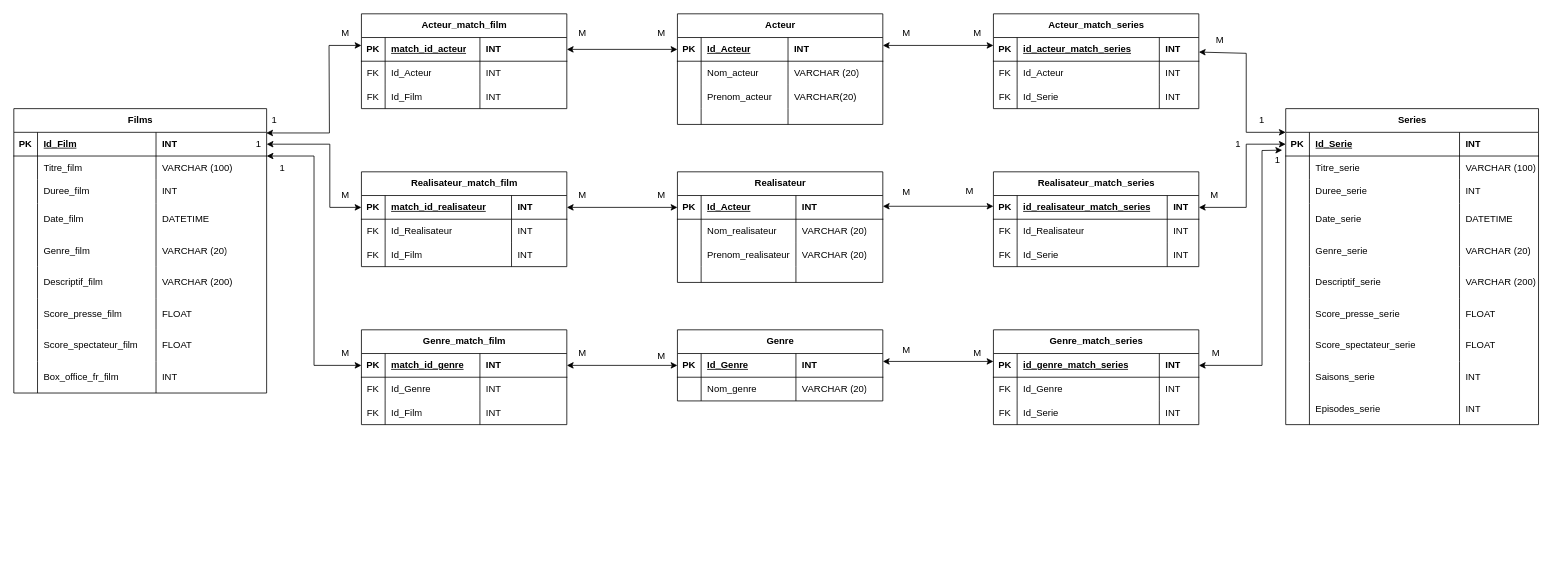
Above: Database_Schema_for_future_fix/Schema_Database_allocine_series_movies.drawio in bn-pam/scrapy_imdb (draw.io), before the change. Source tidied: cells renumbered, new cells numbered last; positions are measured from the earlier drawing's top-left corner, leaving out a move shared by most shapes. Both pictures are drawn from the tidied source at 79%, with x=0, y=0 at pixel (13, 13).
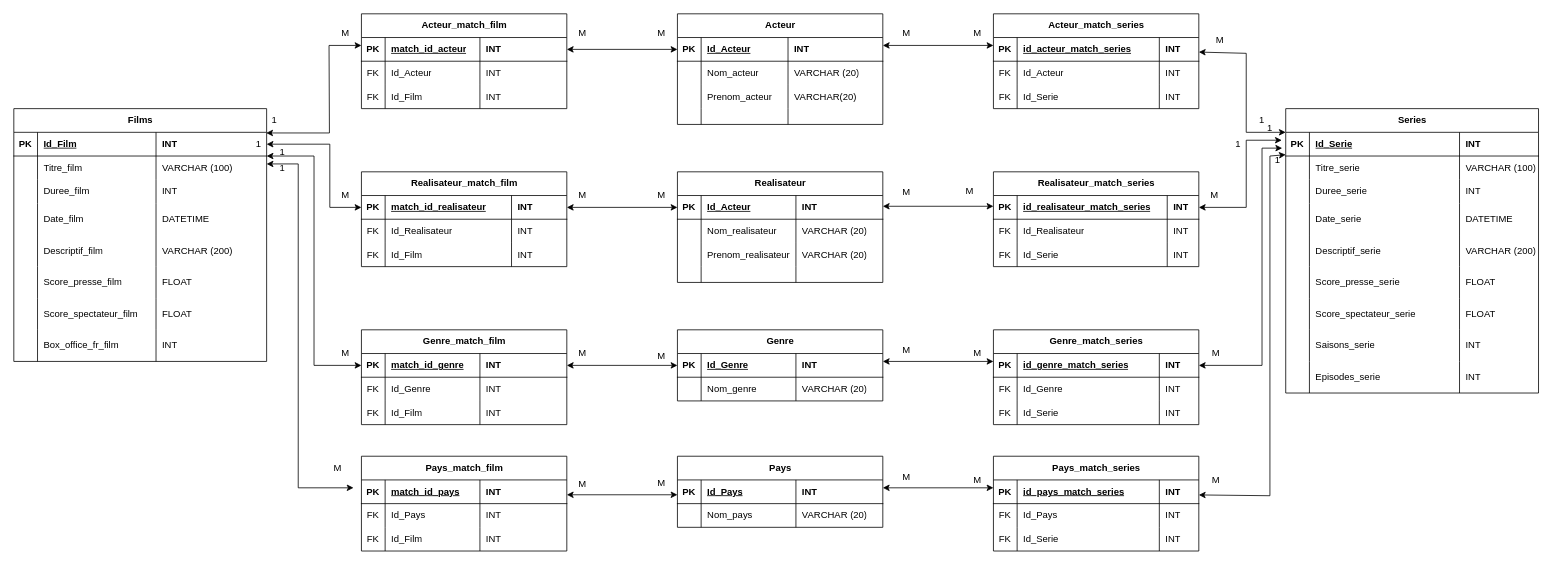
The same page after the edit.

The change refers to these unchanged cells:
```xml
<mxCell id="183" style="shape=tableRow;horizontal=0;startSize=0;swimlaneHead=0;swimlaneBody=0;fillColor=none;points=[[0,0.5],[1,0.5]];portConstraint=eastwest;top=0;left=0;right=0;bottom=1;" parent="182" vertex="1">
  <mxGeometry y="30" width="320" height="30" as="geometry" />
</mxCell>
<mxCell id="187" style="shape=tableRow;horizontal=0;startSize=0;swimlaneHead=0;swimlaneBody=0;fillColor=none;points=[[0,0.5],[1,0.5]];portConstraint=eastwest;top=0;left=0;right=0;bottom=0;" parent="182" vertex="1">
  <mxGeometry y="60" width="320" height="30" as="geometry" />
</mxCell>
<mxCell id="227" value="1" style="text;html=1;align=center;verticalAlign=middle;whiteSpace=wrap;rounded=0;" parent="1" vertex="1">
  <mxGeometry x="1570" y="170" width="60" height="30" as="geometry" />
</mxCell>
```

Change to the diagram source:
```diff
@@
     <mxCell id="2" value="Films" style="shape=table;startSize=30;childLayout=tableLayout;rowLines=0;fontStyle=1;align=center;html=1;" parent="1" vertex="1">
-      <mxGeometry y="120" width="320" height="360" as="geometry" />
+      <mxGeometry y="120" width="320" height="320" as="geometry" />
     </mxCell>
@@
-    <mxCell id="19" style="shape=tableRow;horizontal=0;startSize=0;swimlaneHead=0;swimlaneBody=0;fillColor=none;top=0;left=0;right=0;bottom=0;" parent="2" vertex="1">
-      <mxGeometry y="160" width="320" height="40" as="geometry" />
-    </mxCell>
-    <mxCell id="20" style="shape=partialRectangle;fillColor=none;top=0;left=0;bottom=0;right=0;overflow=hidden;whiteSpace=wrap;html=1;" parent="19" vertex="1">
-      <mxGeometry width="30" height="40" as="geometry" />
-    </mxCell>
-    <mxCell id="21" value="Genre_film" style="shape=partialRectangle;fillColor=none;top=0;left=0;bottom=0;right=0;align=left;spacingLeft=6;overflow=hidden;whiteSpace=wrap;html=1;" parent="19" vertex="1">
-      <mxGeometry x="30" width="150" height="40" as="geometry" />
-    </mxCell>
-    <mxCell id="22" value="VARCHAR (20)" style="shape=partialRectangle;fillColor=none;top=0;left=0;bottom=0;right=0;align=left;spacingLeft=6;overflow=hidden;whiteSpace=wrap;html=1;" parent="19" vertex="1">
-      <mxGeometry x="180" width="140" height="40" as="geometry" />
-    </mxCell>
     <mxCell id="23" style="shape=tableRow;horizontal=0;startSize=0;swimlaneHead=0;swimlaneBody=0;fillColor=none;top=0;left=0;right=0;bottom=0;" parent="2" vertex="1">
-      <mxGeometry y="200" width="320" height="40" as="geometry" />
+      <mxGeometry y="160" width="320" height="40" as="geometry" />
     </mxCell>
@@
     <mxCell id="27" style="shape=tableRow;horizontal=0;startSize=0;swimlaneHead=0;swimlaneBody=0;fillColor=none;top=0;left=0;right=0;bottom=0;" parent="2" vertex="1">
-      <mxGeometry y="240" width="320" height="40" as="geometry" />
+      <mxGeometry y="200" width="320" height="40" as="geometry" />
     </mxCell>
@@
     <mxCell id="31" style="shape=tableRow;horizontal=0;startSize=0;swimlaneHead=0;swimlaneBody=0;fillColor=none;top=0;left=0;right=0;bottom=0;" parent="2" vertex="1">
-      <mxGeometry y="280" width="320" height="40" as="geometry" />
+      <mxGeometry y="240" width="320" height="40" as="geometry" />
     </mxCell>
@@
     <mxCell id="35" style="shape=tableRow;horizontal=0;startSize=0;swimlaneHead=0;swimlaneBody=0;fillColor=none;top=0;left=0;right=0;bottom=0;" parent="2" vertex="1">
-      <mxGeometry y="320" width="320" height="40" as="geometry" />
+      <mxGeometry y="280" width="320" height="40" as="geometry" />
     </mxCell>
@@
     <mxCell id="182" value="Series" style="shape=table;startSize=30;childLayout=tableLayout;rowLines=0;fontStyle=1;align=center;html=1;" parent="1" vertex="1">
-      <mxGeometry x="1610" y="120" width="320" height="400" as="geometry" />
+      <mxGeometry x="1610" y="120" width="320" height="360" as="geometry" />
     </mxCell>
@@
-    <mxCell id="199" style="shape=tableRow;horizontal=0;startSize=0;swimlaneHead=0;swimlaneBody=0;fillColor=none;top=0;left=0;right=0;bottom=0;" parent="182" vertex="1">
-      <mxGeometry y="160" width="320" height="40" as="geometry" />
-    </mxCell>
-    <mxCell id="200" style="shape=partialRectangle;fillColor=none;top=0;left=0;bottom=0;right=0;overflow=hidden;whiteSpace=wrap;html=1;" parent="199" vertex="1">
-      <mxGeometry width="30" height="40" as="geometry" />
-    </mxCell>
-    <mxCell id="201" value="Genre_serie" style="shape=partialRectangle;fillColor=none;top=0;left=0;bottom=0;right=0;align=left;spacingLeft=6;overflow=hidden;whiteSpace=wrap;html=1;" parent="199" vertex="1">
-      <mxGeometry x="30" width="190" height="40" as="geometry" />
-    </mxCell>
-    <mxCell id="202" value="VARCHAR (20)" style="shape=partialRectangle;fillColor=none;top=0;left=0;bottom=0;right=0;align=left;spacingLeft=6;overflow=hidden;whiteSpace=wrap;html=1;" parent="199" vertex="1">
-      <mxGeometry x="220" width="100" height="40" as="geometry" />
-    </mxCell>
     <mxCell id="203" style="shape=tableRow;horizontal=0;startSize=0;swimlaneHead=0;swimlaneBody=0;fillColor=none;top=0;left=0;right=0;bottom=0;" parent="182" vertex="1">
-      <mxGeometry y="200" width="320" height="40" as="geometry" />
+      <mxGeometry y="160" width="320" height="40" as="geometry" />
     </mxCell>
@@
     <mxCell id="207" style="shape=tableRow;horizontal=0;startSize=0;swimlaneHead=0;swimlaneBody=0;fillColor=none;top=0;left=0;right=0;bottom=0;" parent="182" vertex="1">
-      <mxGeometry y="240" width="320" height="40" as="geometry" />
+      <mxGeometry y="200" width="320" height="40" as="geometry" />
     </mxCell>
@@
     <mxCell id="211" style="shape=tableRow;horizontal=0;startSize=0;swimlaneHead=0;swimlaneBody=0;fillColor=none;top=0;left=0;right=0;bottom=0;" parent="182" vertex="1">
-      <mxGeometry y="280" width="320" height="40" as="geometry" />
+      <mxGeometry y="240" width="320" height="40" as="geometry" />
     </mxCell>
@@
     <mxCell id="215" style="shape=tableRow;horizontal=0;startSize=0;swimlaneHead=0;swimlaneBody=0;fillColor=none;top=0;left=0;right=0;bottom=0;" parent="182" vertex="1">
-      <mxGeometry y="320" width="320" height="40" as="geometry" />
+      <mxGeometry y="280" width="320" height="40" as="geometry" />
     </mxCell>
@@
     <mxCell id="219" style="shape=tableRow;horizontal=0;startSize=0;swimlaneHead=0;swimlaneBody=0;fillColor=none;top=0;left=0;right=0;bottom=0;" parent="182" vertex="1">
-      <mxGeometry y="360" width="320" height="40" as="geometry" />
+      <mxGeometry y="320" width="320" height="40" as="geometry" />
     </mxCell>
@@
-    <mxCell id="223" style="endArrow=classic;startArrow=classic;html=1;rounded=0;exitX=1;exitY=0.5;exitDx=0;exitDy=0;entryX=0;entryY=0.5;entryDx=0;entryDy=0;" parent="1" edge="1" target="183">
+    <mxCell id="223" style="endArrow=classic;startArrow=classic;html=1;rounded=0;exitX=1;exitY=0.5;exitDx=0;exitDy=0;entryX=0.75;entryY=1;entryDx=0;entryDy=0;" parent="1" edge="1" target="280">
       <mxGeometry relative="1" as="geometry">
         <mxPoint x="1500" y="245" as="sourcePoint" />
         <Array as="points">
           <mxPoint x="1560" y="245" />
-          <mxPoint x="1560" y="165" />
+          <mxPoint x="1560" y="160" />
         </Array>
       </mxGeometry>
     </mxCell>
-    <mxCell id="224" style="endArrow=classic;startArrow=classic;html=1;rounded=0;exitX=1;exitY=0.5;exitDx=0;exitDy=0;entryX=-0.014;entryY=-0.248;entryDx=0;entryDy=0;entryPerimeter=0;" parent="1" edge="1" target="187">
+    <mxCell id="224" style="endArrow=classic;startArrow=classic;html=1;rounded=0;exitX=1;exitY=0.5;exitDx=0;exitDy=0;entryX=0.592;entryY=0;entryDx=0;entryDy=0;entryPerimeter=0;" parent="1" edge="1" target="227">
       <mxGeometry relative="1" as="geometry">
         <mxPoint x="1500" y="445" as="sourcePoint" />
         <Array as="points">
           <mxPoint x="1580" y="445" />
-          <mxPoint x="1580" y="173" />
+          <mxPoint x="1580" y="170" />
         </Array>
       </mxGeometry>
     </mxCell>
@@
+    <mxCell id="237" value="Pays_match_film" style="shape=table;startSize=30;childLayout=tableLayout;rowLines=0;fontStyle=1;align=center;html=1;" parent="1" vertex="1">
+      <mxGeometry x="440" y="560" width="260" height="120" as="geometry" />
+    </mxCell>
+    <mxCell id="238" style="shape=tableRow;horizontal=0;startSize=0;swimlaneHead=0;swimlaneBody=0;fillColor=none;top=0;left=0;right=0;bottom=1;" parent="237" vertex="1">
+      <mxGeometry y="30" width="260" height="30" as="geometry" />
+    </mxCell>
+    <mxCell id="239" value="PK" style="shape=partialRectangle;fillColor=none;top=0;left=0;bottom=0;right=0;fontStyle=1;overflow=hidden;whiteSpace=wrap;html=1;" parent="238" vertex="1">
+      <mxGeometry width="30" height="30" as="geometry" />
+    </mxCell>
+    <mxCell id="240" value="match_id_pays" style="shape=partialRectangle;fillColor=none;top=0;left=0;bottom=0;right=0;align=left;spacingLeft=6;fontStyle=5;overflow=hidden;whiteSpace=wrap;html=1;" parent="238" vertex="1">
+      <mxGeometry x="30" width="120" height="30" as="geometry" />
+    </mxCell>
+    <mxCell id="241" value="INT" style="shape=partialRectangle;fillColor=none;top=0;left=0;bottom=0;right=0;align=left;spacingLeft=6;fontStyle=1;overflow=hidden;whiteSpace=wrap;html=1;" parent="238" vertex="1">
+      <mxGeometry x="150" width="110" height="30" as="geometry" />
+    </mxCell>
+    <mxCell id="242" style="shape=tableRow;horizontal=0;startSize=0;swimlaneHead=0;swimlaneBody=0;fillColor=none;top=0;left=0;right=0;bottom=0;" parent="237" vertex="1">
+      <mxGeometry y="60" width="260" height="30" as="geometry" />
+    </mxCell>
+    <mxCell id="243" value="FK" style="shape=partialRectangle;fillColor=none;top=0;left=0;bottom=0;right=0;overflow=hidden;whiteSpace=wrap;html=1;" parent="242" vertex="1">
+      <mxGeometry width="30" height="30" as="geometry" />
+    </mxCell>
+    <mxCell id="244" value="Id_Pays" style="shape=partialRectangle;fillColor=none;top=0;left=0;bottom=0;right=0;align=left;spacingLeft=6;overflow=hidden;whiteSpace=wrap;html=1;" parent="242" vertex="1">
+      <mxGeometry x="30" width="120" height="30" as="geometry" />
+    </mxCell>
+    <mxCell id="245" value="INT" style="shape=partialRectangle;fillColor=none;top=0;left=0;bottom=0;right=0;align=left;spacingLeft=6;overflow=hidden;whiteSpace=wrap;html=1;" parent="242" vertex="1">
+      <mxGeometry x="150" width="110" height="30" as="geometry" />
+    </mxCell>
+    <mxCell id="246" style="shape=tableRow;horizontal=0;startSize=0;swimlaneHead=0;swimlaneBody=0;fillColor=none;top=0;left=0;right=0;bottom=0;" parent="237" vertex="1">
+      <mxGeometry y="90" width="260" height="30" as="geometry" />
+    </mxCell>
+    <mxCell id="247" value="FK" style="shape=partialRectangle;fillColor=none;top=0;left=0;bottom=0;right=0;overflow=hidden;whiteSpace=wrap;html=1;" parent="246" vertex="1">
+      <mxGeometry width="30" height="30" as="geometry" />
+    </mxCell>
+    <mxCell id="248" value="Id_Film" style="shape=partialRectangle;fillColor=none;top=0;left=0;bottom=0;right=0;align=left;spacingLeft=6;overflow=hidden;whiteSpace=wrap;html=1;" parent="246" vertex="1">
+      <mxGeometry x="30" width="120" height="30" as="geometry" />
+    </mxCell>
+    <mxCell id="249" value="INT" style="shape=partialRectangle;fillColor=none;top=0;left=0;bottom=0;right=0;align=left;spacingLeft=6;overflow=hidden;whiteSpace=wrap;html=1;" parent="246" vertex="1">
+      <mxGeometry x="150" width="110" height="30" as="geometry" />
+    </mxCell>
+    <mxCell id="250" style="endArrow=classic;startArrow=classic;html=1;rounded=0;exitX=1;exitY=0.5;exitDx=0;exitDy=0;entryX=0;entryY=0.5;entryDx=0;entryDy=0;" parent="1" edge="1">
+      <mxGeometry relative="1" as="geometry">
+        <mxPoint x="700" y="608.8" as="sourcePoint" />
+        <mxPoint x="840" y="608.8" as="targetPoint" />
+      </mxGeometry>
+    </mxCell>
+    <mxCell id="251" value="Pays" style="shape=table;startSize=30;childLayout=tableLayout;rowLines=0;fontStyle=1;align=center;html=1;" parent="1" vertex="1">
+      <mxGeometry x="840" y="560" width="260" height="90" as="geometry" />
+    </mxCell>
+    <mxCell id="252" style="shape=tableRow;horizontal=0;startSize=0;swimlaneHead=0;swimlaneBody=0;fillColor=none;top=0;left=0;right=0;bottom=1;" parent="251" vertex="1">
+      <mxGeometry y="30" width="260" height="30" as="geometry" />
+    </mxCell>
+    <mxCell id="253" value="PK" style="shape=partialRectangle;fillColor=none;top=0;left=0;bottom=0;right=0;fontStyle=1;overflow=hidden;whiteSpace=wrap;html=1;" parent="252" vertex="1">
+      <mxGeometry width="30" height="30" as="geometry" />
+    </mxCell>
+    <mxCell id="254" value="Id_Pays " style="shape=partialRectangle;fillColor=none;top=0;left=0;bottom=0;right=0;align=left;spacingLeft=6;fontStyle=5;overflow=hidden;whiteSpace=wrap;html=1;" parent="252" vertex="1">
+      <mxGeometry x="30" width="120" height="30" as="geometry" />
+    </mxCell>
+    <mxCell id="255" value="INT" style="shape=partialRectangle;fillColor=none;top=0;left=0;bottom=0;right=0;align=left;spacingLeft=6;fontStyle=1;overflow=hidden;whiteSpace=wrap;html=1;" parent="252" vertex="1">
+      <mxGeometry x="150" width="110" height="30" as="geometry" />
+    </mxCell>
+    <mxCell id="256" style="shape=tableRow;horizontal=0;startSize=0;swimlaneHead=0;swimlaneBody=0;fillColor=none;top=0;left=0;right=0;bottom=0;" parent="251" vertex="1">
+      <mxGeometry y="60" width="260" height="30" as="geometry" />
+    </mxCell>
+    <mxCell id="257" style="shape=partialRectangle;fillColor=none;top=0;left=0;bottom=0;right=0;overflow=hidden;whiteSpace=wrap;html=1;" parent="256" vertex="1">
+      <mxGeometry width="30" height="30" as="geometry" />
+    </mxCell>
+    <mxCell id="258" value="Nom_pays" style="shape=partialRectangle;fillColor=none;top=0;left=0;bottom=0;right=0;align=left;spacingLeft=6;overflow=hidden;whiteSpace=wrap;html=1;" parent="256" vertex="1">
+      <mxGeometry x="30" width="120" height="30" as="geometry" />
+    </mxCell>
+    <mxCell id="259" value="VARCHAR (20)" style="shape=partialRectangle;fillColor=none;top=0;left=0;bottom=0;right=0;align=left;spacingLeft=6;overflow=hidden;whiteSpace=wrap;html=1;" parent="256" vertex="1">
+      <mxGeometry x="150" width="110" height="30" as="geometry" />
+    </mxCell>
+    <mxCell id="260" value="Pays_match_series" style="shape=table;startSize=30;childLayout=tableLayout;rowLines=0;fontStyle=1;align=center;html=1;" parent="1" vertex="1">
+      <mxGeometry x="1240" y="560" width="260" height="120" as="geometry" />
+    </mxCell>
+    <mxCell id="261" style="shape=tableRow;horizontal=0;startSize=0;swimlaneHead=0;swimlaneBody=0;fillColor=none;top=0;left=0;right=0;bottom=1;" parent="260" vertex="1">
+      <mxGeometry y="30" width="260" height="30" as="geometry" />
+    </mxCell>
+    <mxCell id="262" value="PK" style="shape=partialRectangle;fillColor=none;top=0;left=0;bottom=0;right=0;fontStyle=1;overflow=hidden;whiteSpace=wrap;html=1;" parent="261" vertex="1">
+      <mxGeometry width="30" height="30" as="geometry" />
+    </mxCell>
+    <mxCell id="263" value="id_pays_match_series" style="shape=partialRectangle;fillColor=none;top=0;left=0;bottom=0;right=0;align=left;spacingLeft=6;fontStyle=5;overflow=hidden;whiteSpace=wrap;html=1;" parent="261" vertex="1">
+      <mxGeometry x="30" width="180" height="30" as="geometry" />
+    </mxCell>
+    <mxCell id="264" value="INT" style="shape=partialRectangle;fillColor=none;top=0;left=0;bottom=0;right=0;align=left;spacingLeft=6;fontStyle=1;overflow=hidden;whiteSpace=wrap;html=1;" parent="261" vertex="1">
+      <mxGeometry x="210" width="50" height="30" as="geometry" />
+    </mxCell>
+    <mxCell id="265" style="shape=tableRow;horizontal=0;startSize=0;swimlaneHead=0;swimlaneBody=0;fillColor=none;top=0;left=0;right=0;bottom=0;" parent="260" vertex="1">
+      <mxGeometry y="60" width="260" height="30" as="geometry" />
+    </mxCell>
+    <mxCell id="266" value="FK" style="shape=partialRectangle;fillColor=none;top=0;left=0;bottom=0;right=0;overflow=hidden;whiteSpace=wrap;html=1;" parent="265" vertex="1">
+      <mxGeometry width="30" height="30" as="geometry" />
+    </mxCell>
+    <mxCell id="267" value="Id_Pays" style="shape=partialRectangle;fillColor=none;top=0;left=0;bottom=0;right=0;align=left;spacingLeft=6;overflow=hidden;whiteSpace=wrap;html=1;" parent="265" vertex="1">
+      <mxGeometry x="30" width="180" height="30" as="geometry" />
+    </mxCell>
+    <mxCell id="268" value="INT" style="shape=partialRectangle;fillColor=none;top=0;left=0;bottom=0;right=0;align=left;spacingLeft=6;overflow=hidden;whiteSpace=wrap;html=1;" parent="265" vertex="1">
+      <mxGeometry x="210" width="50" height="30" as="geometry" />
+    </mxCell>
+    <mxCell id="269" style="shape=tableRow;horizontal=0;startSize=0;swimlaneHead=0;swimlaneBody=0;fillColor=none;top=0;left=0;right=0;bottom=0;" parent="260" vertex="1">
+      <mxGeometry y="90" width="260" height="30" as="geometry" />
+    </mxCell>
+    <mxCell id="270" value="FK" style="shape=partialRectangle;fillColor=none;top=0;left=0;bottom=0;right=0;overflow=hidden;whiteSpace=wrap;html=1;" parent="269" vertex="1">
+      <mxGeometry width="30" height="30" as="geometry" />
+    </mxCell>
+    <mxCell id="271" value="Id_Serie" style="shape=partialRectangle;fillColor=none;top=0;left=0;bottom=0;right=0;align=left;spacingLeft=6;overflow=hidden;whiteSpace=wrap;html=1;" parent="269" vertex="1">
+      <mxGeometry x="30" width="180" height="30" as="geometry" />
+    </mxCell>
+    <mxCell id="272" value="INT" style="shape=partialRectangle;fillColor=none;top=0;left=0;bottom=0;right=0;align=left;spacingLeft=6;overflow=hidden;whiteSpace=wrap;html=1;" parent="269" vertex="1">
+      <mxGeometry x="210" width="50" height="30" as="geometry" />
+    </mxCell>
+    <mxCell id="273" style="endArrow=classic;startArrow=classic;html=1;rounded=0;exitX=1;exitY=0.5;exitDx=0;exitDy=0;entryX=0;entryY=0.5;entryDx=0;entryDy=0;" parent="1" edge="1">
+      <mxGeometry relative="1" as="geometry">
+        <mxPoint x="1100" y="600" as="sourcePoint" />
+        <mxPoint x="1240" y="600" as="targetPoint" />
+      </mxGeometry>
+    </mxCell>
+    <mxCell id="274" value="M" style="text;html=1;align=center;verticalAlign=middle;whiteSpace=wrap;rounded=0;" parent="1" vertex="1">
+      <mxGeometry x="1190" y="575" width="60" height="30" as="geometry" />
+    </mxCell>
+    <mxCell id="275" value="M" style="text;html=1;align=center;verticalAlign=middle;whiteSpace=wrap;rounded=0;" parent="1" vertex="1">
+      <mxGeometry x="790" y="579" width="60" height="30" as="geometry" />
+    </mxCell>
+    <mxCell id="276" value="M" style="text;html=1;align=center;verticalAlign=middle;whiteSpace=wrap;rounded=0;" parent="1" vertex="1">
+      <mxGeometry x="1100" y="571" width="60" height="30" as="geometry" />
+    </mxCell>
+    <mxCell id="277" value="M" style="text;html=1;align=center;verticalAlign=middle;whiteSpace=wrap;rounded=0;" parent="1" vertex="1">
+      <mxGeometry x="1492" y="575" width="60" height="30" as="geometry" />
+    </mxCell>
+    <mxCell id="278" style="endArrow=classic;startArrow=classic;html=1;rounded=0;exitX=1;exitY=0.5;exitDx=0;exitDy=0;" parent="1" edge="1">
+      <mxGeometry relative="1" as="geometry">
+        <mxPoint x="320" y="190" as="sourcePoint" />
+        <mxPoint x="430" y="600" as="targetPoint" />
+        <Array as="points">
+          <mxPoint x="360" y="190" />
+          <mxPoint x="360" y="600" />
+        </Array>
+      </mxGeometry>
+    </mxCell>
+    <mxCell id="279" style="endArrow=classic;startArrow=classic;html=1;rounded=0;exitX=1;exitY=0.5;exitDx=0;exitDy=0;" parent="1" edge="1" target="183">
+      <mxGeometry relative="1" as="geometry">
+        <mxPoint x="1500" y="609" as="sourcePoint" />
+        <Array as="points">
+          <mxPoint x="1590" y="610" />
+          <mxPoint x="1590" y="180" />
+        </Array>
+      </mxGeometry>
+    </mxCell>
+    <mxCell id="280" value="1" style="text;html=1;align=center;verticalAlign=middle;whiteSpace=wrap;rounded=0;" parent="1" vertex="1">
+      <mxGeometry x="1560" y="130" width="60" height="30" as="geometry" />
+    </mxCell>
+    <mxCell id="281" value="M" style="text;html=1;align=center;verticalAlign=middle;whiteSpace=wrap;rounded=0;" parent="1" vertex="1">
+      <mxGeometry x="380" y="560" width="60" height="30" as="geometry" />
+    </mxCell>
+    <mxCell id="282" value="M" style="text;html=1;align=center;verticalAlign=middle;whiteSpace=wrap;rounded=0;" parent="1" vertex="1">
+      <mxGeometry x="690" y="580" width="60" height="30" as="geometry" />
+    </mxCell>
+    <mxCell id="283" value="1" style="text;html=1;align=center;verticalAlign=middle;whiteSpace=wrap;rounded=0;" parent="1" vertex="1">
+      <mxGeometry x="310" y="160" width="60" height="30" as="geometry" />
+    </mxCell>
```
